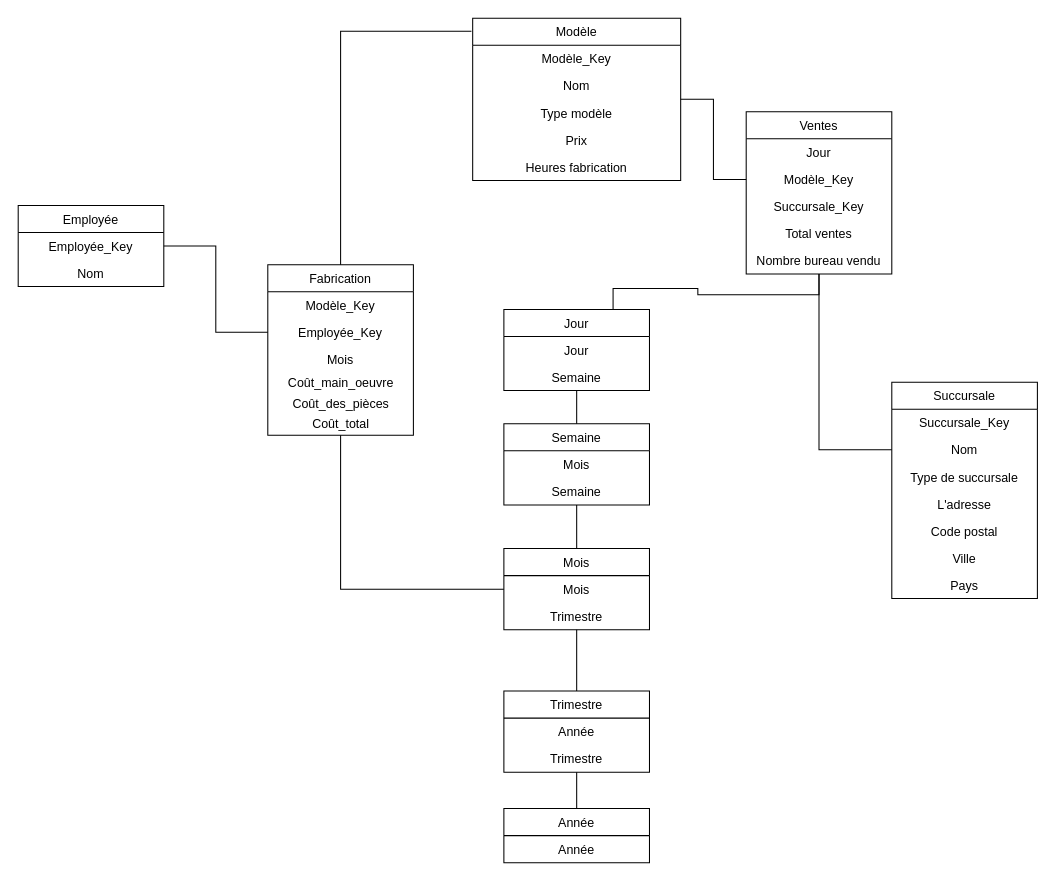
Earlier version of the draw.io diagram drawio/tp_met_E2_flocon.drawio (wHiteRht/MET6910). Source tidied: cells renumbered, new cells numbered last; positions are measured from the earlier drawing's top-left corner, leaving out a move shared by most shapes. Both pictures are drawn from the tidied source at 104%, with x=0, y=0 at pixel (18, 18).
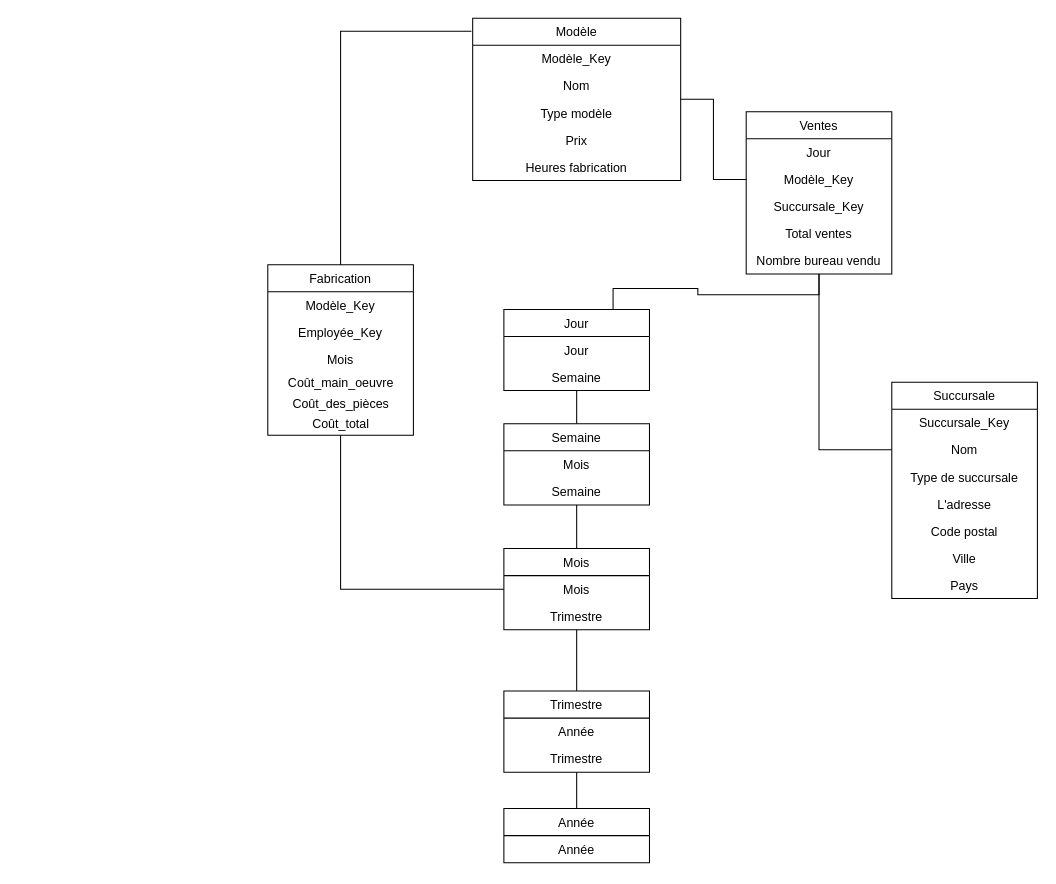
Above is the later version.

Commit message:
Modified flocon schema with fabrication change

The change refers to these unchanged cells:
```xml
<mxCell id="4" value="Employée_Key" style="text;strokeColor=none;fillColor=none;align=center;verticalAlign=top;spacingLeft=4;spacingRight=4;overflow=hidden;points=[[0,0.5],[1,0.5]];portConstraint=eastwest;fontSize=12;" parent="2" vertex="1">
  <mxGeometry y="52" width="140" height="26" as="geometry" />
</mxCell>
```

The edit, as a diff of the source:
```diff
@@
-    <mxCell id="9" value="Employée" style="swimlane;fontStyle=0;horizontal=1;startSize=26;fillColor=none;align=center;" parent="1" vertex="1">
-      <mxGeometry y="180" width="140" height="78" as="geometry" />
-    </mxCell>
-    <mxCell id="10" value="Employée_Key" style="text;strokeColor=none;fillColor=none;align=center;verticalAlign=top;spacingLeft=4;spacingRight=4;overflow=hidden;points=[[0,0.5],[1,0.5]];portConstraint=eastwest;" parent="9" vertex="1">
-      <mxGeometry y="26" width="140" height="26" as="geometry" />
-    </mxCell>
-    <mxCell id="11" value="Nom" style="text;strokeColor=none;fillColor=none;align=center;verticalAlign=top;spacingLeft=4;spacingRight=4;overflow=hidden;" parent="9" vertex="1">
-      <mxGeometry y="52" width="140" height="26" as="geometry" />
-    </mxCell>
-    <mxCell id="12" style="edgeStyle=orthogonalEdgeStyle;rounded=0;jettySize=auto;html=1;exitX=1;exitY=0.5;exitDx=0;exitDy=0;entryX=0;entryY=0.5;entryDx=0;entryDy=0;endArrow=none;endFill=0;" parent="1" edge="1" source="10" target="4">
-      <mxGeometry relative="1" as="geometry" />
-    </mxCell>
```
